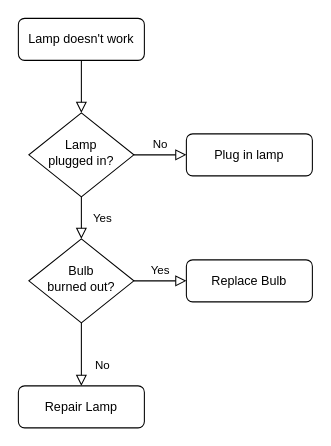
gituser514/SDRepository keeps this draw.io diagram as OrangeTeam - InventoryAppFlowChart.drawio. Above is the earlier version. Source tidied: cells renumbered, new cells numbered last; positions are measured from the earlier drawing's top-left corner, leaving out a move shared by most shapes. Both pictures are drawn from the tidied source at 105%, with x=0, y=0 at pixel (18, 18).
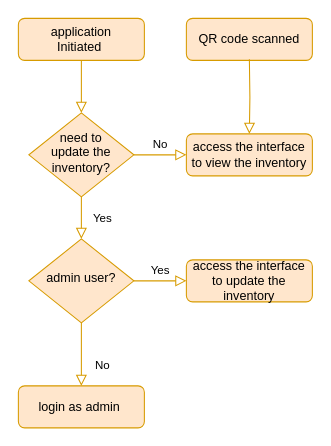
The same diagram, later.

What changed in the source:
```diff
@@
 <mxGraphModel>
   <root>
     <mxCell id="0" />
     <mxCell id="1" parent="0" />
-    <mxCell id="2" style="rounded=0;html=1;jettySize=auto;fontSize=11;endArrow=block;endFill=0;endSize=8;strokeWidth=1;shadow=0;labelBackgroundColor=none;edgeStyle=orthogonalEdgeStyle;" parent="1" edge="1" source="3" target="6">
+    <mxCell id="2" style="rounded=0;html=1;jettySize=auto;fontSize=11;endArrow=block;endFill=0;endSize=8;strokeWidth=1;shadow=0;labelBackgroundColor=none;edgeStyle=orthogonalEdgeStyle;fillColor=#ffe6cc;strokeColor=#d79b00;" parent="1" edge="1" source="3" target="6">
       <mxGeometry relative="1" as="geometry" />
     </mxCell>
-    <mxCell id="3" value="Lamp doesn't work" style="rounded=1;whiteSpace=wrap;html=1;fontSize=12;glass=0;strokeWidth=1;shadow=0;" parent="1" vertex="1">
+    <mxCell id="3" value="application &lt;br&gt;Initiated&amp;nbsp;" style="rounded=1;whiteSpace=wrap;html=1;fontSize=12;glass=0;strokeWidth=1;shadow=0;fillColor=#ffe6cc;strokeColor=#d79b00;" parent="1" vertex="1">
       <mxGeometry width="120" height="40" as="geometry" />
     </mxCell>
-    <mxCell id="4" value="Yes" style="rounded=0;html=1;jettySize=auto;fontSize=11;endArrow=block;endFill=0;endSize=8;strokeWidth=1;shadow=0;labelBackgroundColor=none;edgeStyle=orthogonalEdgeStyle;" parent="1" edge="1" source="6" target="10">
+    <mxCell id="4" value="Yes" style="rounded=0;html=1;jettySize=auto;fontSize=11;endArrow=block;endFill=0;endSize=8;strokeWidth=1;shadow=0;labelBackgroundColor=none;edgeStyle=orthogonalEdgeStyle;fillColor=#ffe6cc;strokeColor=#d79b00;" parent="1" edge="1" source="6" target="10">
       <mxGeometry y="20" relative="1" as="geometry" />
     </mxCell>
-    <mxCell id="5" value="No" style="edgeStyle=orthogonalEdgeStyle;rounded=0;html=1;jettySize=auto;fontSize=11;endArrow=block;endFill=0;endSize=8;strokeWidth=1;shadow=0;labelBackgroundColor=none;" parent="1" edge="1" source="6" target="7">
+    <mxCell id="5" value="No" style="edgeStyle=orthogonalEdgeStyle;rounded=0;html=1;jettySize=auto;fontSize=11;endArrow=block;endFill=0;endSize=8;strokeWidth=1;shadow=0;labelBackgroundColor=none;fillColor=#ffe6cc;strokeColor=#d79b00;" parent="1" edge="1" source="6" target="7">
       <mxGeometry y="10" relative="1" as="geometry" />
     </mxCell>
-    <mxCell id="6" value="Lamp&lt;br&gt;plugged in?" style="rhombus;whiteSpace=wrap;html=1;shadow=0;fontFamily=Helvetica;fontSize=12;align=center;strokeWidth=1;spacing=6;spacingTop=-4;" parent="1" vertex="1">
+    <mxCell id="6" value="need to &lt;br&gt;update the inventory?" style="rhombus;whiteSpace=wrap;html=1;shadow=0;fontFamily=Helvetica;fontSize=12;align=center;strokeWidth=1;spacing=6;spacingTop=-4;fillColor=#ffe6cc;strokeColor=#d79b00;" parent="1" vertex="1">
       <mxGeometry x="10" y="90" width="100" height="80" as="geometry" />
     </mxCell>
-    <mxCell id="7" value="Plug in lamp" style="rounded=1;whiteSpace=wrap;html=1;fontSize=12;glass=0;strokeWidth=1;shadow=0;" parent="1" vertex="1">
+    <mxCell id="7" value="access the interface to view the inventory" style="rounded=1;whiteSpace=wrap;html=1;fontSize=12;glass=0;strokeWidth=1;shadow=0;fillColor=#ffe6cc;strokeColor=#d79b00;" parent="1" vertex="1">
       <mxGeometry x="160" y="110" width="120" height="40" as="geometry" />
     </mxCell>
-    <mxCell id="8" value="No" style="rounded=0;html=1;jettySize=auto;fontSize=11;endArrow=block;endFill=0;endSize=8;strokeWidth=1;shadow=0;labelBackgroundColor=none;edgeStyle=orthogonalEdgeStyle;" parent="1" edge="1" source="10" target="11">
+    <mxCell id="8" value="No" style="rounded=0;html=1;jettySize=auto;fontSize=11;endArrow=block;endFill=0;endSize=8;strokeWidth=1;shadow=0;labelBackgroundColor=none;edgeStyle=orthogonalEdgeStyle;fillColor=#ffe6cc;strokeColor=#d79b00;" parent="1" edge="1" source="10" target="11">
       <mxGeometry x="0.33" y="20" relative="1" as="geometry" />
     </mxCell>
-    <mxCell id="9" value="Yes" style="edgeStyle=orthogonalEdgeStyle;rounded=0;html=1;jettySize=auto;fontSize=11;endArrow=block;endFill=0;endSize=8;strokeWidth=1;shadow=0;labelBackgroundColor=none;" parent="1" edge="1" source="10" target="12">
+    <mxCell id="9" value="Yes" style="edgeStyle=orthogonalEdgeStyle;rounded=0;html=1;jettySize=auto;fontSize=11;endArrow=block;endFill=0;endSize=8;strokeWidth=1;shadow=0;labelBackgroundColor=none;fillColor=#ffe6cc;strokeColor=#d79b00;" parent="1" edge="1" source="10" target="12">
       <mxGeometry y="10" relative="1" as="geometry" />
     </mxCell>
-    <mxCell id="10" value="Bulb&lt;br&gt;burned out?" style="rhombus;whiteSpace=wrap;html=1;shadow=0;fontFamily=Helvetica;fontSize=12;align=center;strokeWidth=1;spacing=6;spacingTop=-4;" parent="1" vertex="1">
+    <mxCell id="10" value="admin user?" style="rhombus;whiteSpace=wrap;html=1;shadow=0;fontFamily=Helvetica;fontSize=12;align=center;strokeWidth=1;spacing=6;spacingTop=-4;fillColor=#ffe6cc;strokeColor=#d79b00;" parent="1" vertex="1">
       <mxGeometry x="10" y="210" width="100" height="80" as="geometry" />
     </mxCell>
-    <mxCell id="11" value="Repair Lamp" style="rounded=1;whiteSpace=wrap;html=1;fontSize=12;glass=0;strokeWidth=1;shadow=0;" parent="1" vertex="1">
+    <mxCell id="11" value="login as admin&amp;nbsp;" style="rounded=1;whiteSpace=wrap;html=1;fontSize=12;glass=0;strokeWidth=1;shadow=0;fillColor=#ffe6cc;strokeColor=#d79b00;" parent="1" vertex="1">
       <mxGeometry y="350" width="120" height="40" as="geometry" />
     </mxCell>
-    <mxCell id="12" value="Replace Bulb" style="rounded=1;whiteSpace=wrap;html=1;fontSize=12;glass=0;strokeWidth=1;shadow=0;" parent="1" vertex="1">
+    <mxCell id="12" value="access the interface to update the inventory" style="rounded=1;whiteSpace=wrap;html=1;fontSize=12;glass=0;strokeWidth=1;shadow=0;fillColor=#ffe6cc;strokeColor=#d79b00;" parent="1" vertex="1">
       <mxGeometry x="160" y="230" width="120" height="40" as="geometry" />
     </mxCell>
+    <mxCell id="13" value="QR code scanned" style="rounded=1;whiteSpace=wrap;html=1;fontSize=12;glass=0;strokeWidth=1;shadow=0;fillColor=#ffe6cc;strokeColor=#d79b00;" parent="1" vertex="1">
+      <mxGeometry x="160" width="120" height="40" as="geometry" />
+    </mxCell>
+    <mxCell id="14" style="rounded=0;html=1;jettySize=auto;fontSize=11;endArrow=block;endFill=0;endSize=8;strokeWidth=1;shadow=0;labelBackgroundColor=none;edgeStyle=orthogonalEdgeStyle;fillColor=#ffe6cc;strokeColor=#d79b00;entryX=0.5;entryY=0;entryDx=0;entryDy=0;" parent="1" edge="1" target="7">
+      <mxGeometry relative="1" as="geometry">
+        <mxPoint x="220" y="39" as="sourcePoint" />
+      </mxGeometry>
+    </mxCell>
   </root>
 </mxGraphModel>
```
